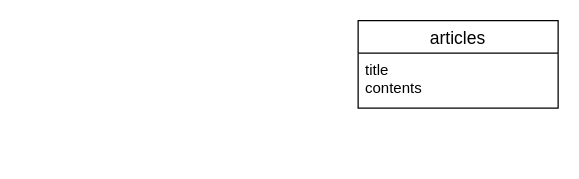
Above: ERD.dio in kansei-bit/myblog (draw.io), before the change. Source tidied: cells renumbered, new cells numbered last; positions are measured from the earlier drawing's top-left corner, leaving out a move shared by most shapes. Both pictures are drawn from the tidied source at 125%, with x=0, y=0 at pixel (358, 20).
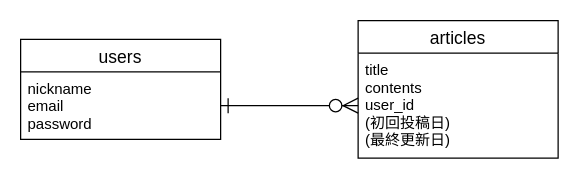
Above is the later version.

Commit message:
ER図にuser要素を追加

Change to the diagram source:
```diff
@@
 <mxGraphModel>
   <root>
     <mxCell id="0" />
     <mxCell id="1" parent="0" />
     <mxCell id="2" value="articles" style="swimlane;fontStyle=0;horizontal=1;startSize=26;align=center;fontSize=14;" parent="1" vertex="1">
-      <mxGeometry width="160" height="70" as="geometry" />
+      <mxGeometry width="160" height="110" as="geometry" />
     </mxCell>
-    <mxCell id="3" value="title&#10;contents" style="text;strokeColor=none;fillColor=none;spacingLeft=4;spacingRight=4;overflow=hidden;points=[[0,0.5],[1,0.5]];portConstraint=eastwest;fontSize=12;" parent="2" vertex="1">
-      <mxGeometry y="26" width="160" height="44" as="geometry" />
+    <mxCell id="3" value="title&#10;contents&#10;user_id&#10;(初回投稿日)&#10;(最終更新日)" style="text;strokeColor=none;fillColor=none;spacingLeft=4;spacingRight=4;overflow=hidden;points=[[0,0.5],[1,0.5]];portConstraint=eastwest;fontSize=12;" parent="2" vertex="1">
+      <mxGeometry y="26" width="160" height="84" as="geometry" />
     </mxCell>
+    <mxCell id="4" style="edgeStyle=orthogonalEdgeStyle;rounded=0;jettySize=auto;html=1;entryX=0;entryY=0.5;entryDx=0;entryDy=0;endArrow=ERzeroToMany;endFill=1;startArrow=ERone;startFill=0;endSize=10;startSize=10;" parent="1" edge="1" source="6" target="3">
+      <mxGeometry relative="1" as="geometry" />
+    </mxCell>
+    <mxCell id="5" value="users" style="swimlane;fontStyle=0;horizontal=1;startSize=26;align=center;fontSize=14;" parent="1" vertex="1">
+      <mxGeometry x="-270" y="15" width="160" height="80" as="geometry" />
+    </mxCell>
+    <mxCell id="6" value="nickname&#10;email&#10;password" style="text;strokeColor=none;fillColor=none;spacingLeft=4;spacingRight=4;overflow=hidden;points=[[0,0.5],[1,0.5]];portConstraint=eastwest;fontSize=12;" parent="5" vertex="1">
+      <mxGeometry y="26" width="160" height="54" as="geometry" />
+    </mxCell>
   </root>
 </mxGraphModel>
```
